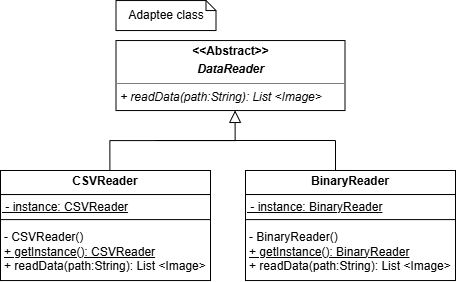
This is img/reader_singleton.drawio.png from ZainabMobin/SDA_patterns_Mnist_neuralNetwork, a draw.io export, as it was before one commit. Source tidied: cells renumbered, new cells last; positions are measured from the earlier drawing's top-left corner, leaving out a move shared by most shapes. Source of this version:
```xml
<mxGraphModel>
  <root>
    <mxCell id="0" />
    <mxCell id="1" parent="0" />
    <mxCell id="2" style="edgeStyle=orthogonalEdgeStyle;rounded=0;jettySize=auto;html=1;fontSize=12;startSize=8;endSize=8;entryX=0.5;entryY=0;entryDx=0;entryDy=0;endArrow=none;endFill=0;" parent="1" edge="1" target="12">
      <mxGeometry relative="1" as="geometry">
        <mxPoint x="155" y="140" as="sourcePoint" />
        <Array as="points">
          <mxPoint x="335" y="140" />
        </Array>
      </mxGeometry>
    </mxCell>
    <mxCell id="3" style="edgeStyle=orthogonalEdgeStyle;rounded=0;jettySize=auto;html=1;fontSize=12;startSize=8;endSize=10;endArrow=block;endFill=0;entryX=0.52;entryY=0.998;entryDx=0;entryDy=0;exitX=0.521;exitY=0.027;exitDx=0;exitDy=0;entryPerimeter=0;exitPerimeter=0;" parent="1" edge="1" source="8" target="4">
      <mxGeometry relative="1" as="geometry" />
    </mxCell>
    <mxCell id="4" value="&lt;p style=&quot;margin:0px;margin-top:4px;text-align:center;&quot;&gt;&lt;b&gt;&amp;lt;&amp;lt;Abstract&amp;gt;&amp;gt;&lt;/b&gt;&lt;/p&gt;&lt;p style=&quot;margin:0px;margin-top:4px;text-align:center;&quot;&gt;&lt;b&gt;&lt;i&gt;DataReader&lt;/i&gt;&lt;/b&gt;&lt;/p&gt;&lt;hr size=&quot;1&quot; style=&quot;border-style:solid;&quot;&gt;&lt;p style=&quot;margin:0px;margin-left:4px;&quot;&gt;&lt;i style=&quot;background-color: transparent; color: light-dark(rgb(0, 0, 0), rgb(255, 255, 255));&quot;&gt;+ readData(path:String): List &amp;lt;&lt;/i&gt;&lt;i style=&quot;background-color: transparent; color: light-dark(rgb(0, 0, 0), rgb(255, 255, 255));&quot;&gt;Image&amp;gt;&amp;nbsp;&lt;/i&gt;&lt;/p&gt;" style="verticalAlign=top;align=left;overflow=fill;html=1;whiteSpace=wrap;" parent="1" vertex="1">
      <mxGeometry x="115.5" y="40.1" width="229" height="70" as="geometry" />
    </mxCell>
    <mxCell id="5" value="Adaptee class" style="shape=note;size=10;whiteSpace=wrap;html=1;" parent="1" vertex="1">
      <mxGeometry x="115.5" y="0.1" width="100" height="30" as="geometry" />
    </mxCell>
    <mxCell id="6" style="group;" parent="1" vertex="1">
      <mxGeometry y="170" width="210" height="110" as="geometry" />
    </mxCell>
    <mxCell id="7" style="group;" parent="6" vertex="1">
      <mxGeometry width="210" height="110" as="geometry" />
    </mxCell>
    <mxCell id="8" value="&lt;p style=&quot;margin:0px;margin-top:4px;text-align:center;&quot;&gt;&lt;b&gt;CSVReader&lt;/b&gt;&lt;/p&gt;&lt;hr size=&quot;1&quot; style=&quot;border-style:solid;&quot;&gt;&lt;p style=&quot;margin:0px;margin-left:4px;&quot;&gt;&lt;/p&gt;&lt;p style=&quot;margin:0px;margin-left:4px;&quot;&gt;&lt;br&gt;&lt;/p&gt;&lt;p style=&quot;margin:0px;margin-left:4px;&quot;&gt;&lt;br&gt;&lt;/p&gt;&lt;p style=&quot;margin:0px;margin-left:4px;&quot;&gt;&lt;span style=&quot;background-color: transparent; color: light-dark(rgb(0, 0, 0), rgb(255, 255, 255));&quot;&gt;- CSVReader()&lt;/span&gt;&lt;/p&gt;&lt;p style=&quot;margin:0px;margin-left:4px;&quot;&gt;&lt;u&gt;+ getInstance(): CSVReader&lt;/u&gt;&amp;nbsp;&lt;/p&gt;&lt;p style=&quot;margin:0px;margin-left:4px;&quot;&gt;+ readData(path:String): List &amp;lt;&lt;span style=&quot;color: light-dark(rgb(0, 0, 0), rgb(255, 255, 255)); background-color: transparent;&quot;&gt;Image&amp;gt;&lt;/span&gt;&lt;/p&gt;" style="verticalAlign=top;align=left;overflow=fill;html=1;whiteSpace=wrap;" parent="7" vertex="1">
      <mxGeometry width="210" height="110" as="geometry" />
    </mxCell>
    <mxCell id="9" value="&lt;u style=&quot;line-height: 80%;&quot;&gt;&amp;nbsp;- instance: CSVReader&lt;/u&gt;" style="text;html=1;whiteSpace=wrap;strokeColor=default;fillColor=none;align=left;verticalAlign=middle;rounded=0;" parent="7" vertex="1">
      <mxGeometry y="24.1" width="210" height="25.1" as="geometry" />
    </mxCell>
    <mxCell id="10" style="group;" parent="1" vertex="1">
      <mxGeometry x="245" y="170" width="210" height="110.1" as="geometry" />
    </mxCell>
    <mxCell id="11" style="group;" parent="10" vertex="1">
      <mxGeometry width="210" height="110" as="geometry" />
    </mxCell>
    <mxCell id="12" value="&lt;p style=&quot;margin:0px;margin-top:4px;text-align:center;&quot;&gt;&lt;b&gt;BinaryReader&lt;/b&gt;&lt;/p&gt;&lt;hr size=&quot;1&quot; style=&quot;border-style:solid;&quot;&gt;&lt;p style=&quot;margin:0px;margin-left:4px;&quot;&gt;&lt;/p&gt;&lt;p style=&quot;margin:0px;margin-left:4px;&quot;&gt;&lt;br&gt;&lt;/p&gt;&lt;p style=&quot;margin:0px;margin-left:4px;&quot;&gt;&lt;br&gt;&lt;/p&gt;&lt;p style=&quot;margin:0px;margin-left:4px;&quot;&gt;&lt;span style=&quot;background-color: transparent; color: light-dark(rgb(0, 0, 0), rgb(255, 255, 255));&quot;&gt;- BinaryReader()&lt;/span&gt;&lt;/p&gt;&lt;p style=&quot;margin:0px;margin-left:4px;&quot;&gt;&lt;u&gt;+ getInstance(): BinaryReader&lt;/u&gt;&amp;nbsp;&lt;/p&gt;&lt;p style=&quot;margin:0px;margin-left:4px;&quot;&gt;+ readData(path:String): List &amp;lt;&lt;span style=&quot;color: light-dark(rgb(0, 0, 0), rgb(255, 255, 255)); background-color: transparent;&quot;&gt;Image&amp;gt;&lt;/span&gt;&lt;/p&gt;" style="verticalAlign=top;align=left;overflow=fill;html=1;whiteSpace=wrap;" parent="11" vertex="1">
      <mxGeometry width="210" height="110" as="geometry" />
    </mxCell>
    <mxCell id="13" value="&lt;u style=&quot;line-height: 80%;&quot;&gt;&amp;nbsp;- instance: BinaryReader&lt;/u&gt;" style="text;html=1;whiteSpace=wrap;strokeColor=default;fillColor=none;align=left;verticalAlign=middle;rounded=0;" parent="11" vertex="1">
      <mxGeometry y="24.1" width="210" height="25.1" as="geometry" />
    </mxCell>
  </root>
</mxGraphModel>
```
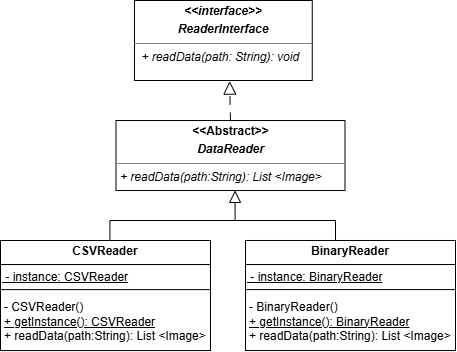
After the commit.

Commit message:
Update singleton image, Update README add AdapterFactory pattern

The edit, as a diff of the source:
```diff
@@ -4,26 +4,33 @@
     <mxCell id="1" parent="0" />
     <mxCell id="2" style="edgeStyle=orthogonalEdgeStyle;rounded=0;jettySize=auto;html=1;fontSize=12;startSize=8;endSize=8;entryX=0.5;entryY=0;entryDx=0;entryDy=0;endArrow=none;endFill=0;" parent="1" edge="1" target="12">
       <mxGeometry relative="1" as="geometry">
-        <mxPoint x="155" y="140" as="sourcePoint" />
+        <mxPoint x="-595" y="290" as="sourcePoint" />
         <Array as="points">
-          <mxPoint x="335" y="140" />
+          <mxPoint x="-610" y="290" />
+          <mxPoint x="-430" y="290" />
+          <mxPoint x="-430" y="310" />
         </Array>
       </mxGeometry>
     </mxCell>
-    <mxCell id="3" style="edgeStyle=orthogonalEdgeStyle;rounded=0;jettySize=auto;html=1;fontSize=12;startSize=8;endSize=10;endArrow=block;endFill=0;entryX=0.52;entryY=0.998;entryDx=0;entryDy=0;exitX=0.521;exitY=0.027;exitDx=0;exitDy=0;entryPerimeter=0;exitPerimeter=0;" parent="1" edge="1" source="8" target="4">
-      <mxGeometry relative="1" as="geometry" />
+    <mxCell id="3" style="edgeStyle=orthogonalEdgeStyle;rounded=0;jettySize=auto;html=1;fontSize=12;startSize=8;endSize=10;endArrow=block;endFill=0;entryX=0.52;entryY=0.998;entryDx=0;entryDy=0;exitX=0.521;exitY=0.027;exitDx=0;exitDy=0;entryPerimeter=0;exitPerimeter=0;" parent="1" edge="1" source="8" target="5">
+      <mxGeometry relative="1" as="geometry">
+        <Array as="points">
+          <mxPoint x="-656" y="290" />
+          <mxPoint x="-530" y="290" />
+        </Array>
+      </mxGeometry>
     </mxCell>
-    <mxCell id="4" value="&lt;p style=&quot;margin:0px;margin-top:4px;text-align:center;&quot;&gt;&lt;b&gt;&amp;lt;&amp;lt;Abstract&amp;gt;&amp;gt;&lt;/b&gt;&lt;/p&gt;&lt;p style=&quot;margin:0px;margin-top:4px;text-align:center;&quot;&gt;&lt;b&gt;&lt;i&gt;DataReader&lt;/i&gt;&lt;/b&gt;&lt;/p&gt;&lt;hr size=&quot;1&quot; style=&quot;border-style:solid;&quot;&gt;&lt;p style=&quot;margin:0px;margin-left:4px;&quot;&gt;&lt;i style=&quot;background-color: transparent; color: light-dark(rgb(0, 0, 0), rgb(255, 255, 255));&quot;&gt;+ readData(path:String): List &amp;lt;&lt;/i&gt;&lt;i style=&quot;background-color: transparent; color: light-dark(rgb(0, 0, 0), rgb(255, 255, 255));&quot;&gt;Image&amp;gt;&amp;nbsp;&lt;/i&gt;&lt;/p&gt;" style="verticalAlign=top;align=left;overflow=fill;html=1;whiteSpace=wrap;" parent="1" vertex="1">
-      <mxGeometry x="115.5" y="40.1" width="229" height="70" as="geometry" />
+    <mxCell id="4" value="&lt;p style=&quot;margin:0px;margin-top:4px;text-align:center;&quot;&gt;&lt;b&gt;&lt;i&gt;&amp;lt;&amp;lt;interface&amp;gt;&amp;gt;&lt;/i&gt;&lt;/b&gt;&lt;/p&gt;&lt;p style=&quot;margin:0px;margin-top:4px;text-align:center;&quot;&gt;&lt;b&gt;&lt;i&gt;ReaderInterface&lt;/i&gt;&lt;/b&gt;&lt;/p&gt;&lt;hr size=&quot;1&quot; style=&quot;border-style:solid;&quot;&gt;&lt;p style=&quot;margin:0px;margin-left:4px;&quot;&gt;&lt;i&gt;&amp;nbsp;+ readData(path: String): void&lt;/i&gt;&lt;/p&gt;" style="verticalAlign=top;align=left;overflow=fill;html=1;whiteSpace=wrap;" parent="1" vertex="1">
+      <mxGeometry x="-631" y="70" width="177.8" height="80" as="geometry" />
     </mxCell>
-    <mxCell id="5" value="Adaptee class" style="shape=note;size=10;whiteSpace=wrap;html=1;" parent="1" vertex="1">
-      <mxGeometry x="115.5" y="0.1" width="100" height="30" as="geometry" />
+    <mxCell id="5" value="&lt;p style=&quot;margin:0px;margin-top:4px;text-align:center;&quot;&gt;&lt;b&gt;&amp;lt;&amp;lt;Abstract&amp;gt;&amp;gt;&lt;/b&gt;&lt;/p&gt;&lt;p style=&quot;margin:0px;margin-top:4px;text-align:center;&quot;&gt;&lt;b&gt;&lt;i&gt;DataReader&lt;/i&gt;&lt;/b&gt;&lt;/p&gt;&lt;hr size=&quot;1&quot; style=&quot;border-style:solid;&quot;&gt;&lt;p style=&quot;margin:0px;margin-left:4px;&quot;&gt;&lt;i style=&quot;background-color: transparent; color: light-dark(rgb(0, 0, 0), rgb(255, 255, 255));&quot;&gt;+ readData(path:String): List &amp;lt;&lt;/i&gt;&lt;i style=&quot;background-color: transparent; color: light-dark(rgb(0, 0, 0), rgb(255, 255, 255));&quot;&gt;Image&amp;gt;&amp;nbsp;&lt;/i&gt;&lt;/p&gt;" style="verticalAlign=top;align=left;overflow=fill;html=1;whiteSpace=wrap;" parent="1" vertex="1">
+      <mxGeometry x="-649.5" y="190" width="229" height="70" as="geometry" />
     </mxCell>
-    <mxCell id="6" style="group;" parent="1" vertex="1">
-      <mxGeometry y="170" width="210" height="110" as="geometry" />
+    <mxCell id="6" style="edgeStyle=orthogonalEdgeStyle;rounded=0;jettySize=auto;html=1;entryX=0.535;entryY=1.008;entryDx=0;entryDy=0;entryPerimeter=0;endArrow=block;endFill=0;dashed=1;dashPattern=8 8;endSize=11;exitX=0.5;exitY=0;exitDx=0;exitDy=0;" parent="1" edge="1" source="5" target="4">
+      <mxGeometry relative="1" as="geometry" />
     </mxCell>
-    <mxCell id="7" style="group;" parent="6" vertex="1">
-      <mxGeometry width="210" height="110" as="geometry" />
+    <mxCell id="7" style="group;" parent="1" vertex="1">
+      <mxGeometry x="-765" y="310" width="210" height="110" as="geometry" />
     </mxCell>
     <mxCell id="8" value="&lt;p style=&quot;margin:0px;margin-top:4px;text-align:center;&quot;&gt;&lt;b&gt;CSVReader&lt;/b&gt;&lt;/p&gt;&lt;hr size=&quot;1&quot; style=&quot;border-style:solid;&quot;&gt;&lt;p style=&quot;margin:0px;margin-left:4px;&quot;&gt;&lt;/p&gt;&lt;p style=&quot;margin:0px;margin-left:4px;&quot;&gt;&lt;br&gt;&lt;/p&gt;&lt;p style=&quot;margin:0px;margin-left:4px;&quot;&gt;&lt;br&gt;&lt;/p&gt;&lt;p style=&quot;margin:0px;margin-left:4px;&quot;&gt;&lt;span style=&quot;background-color: transparent; color: light-dark(rgb(0, 0, 0), rgb(255, 255, 255));&quot;&gt;- CSVReader()&lt;/span&gt;&lt;/p&gt;&lt;p style=&quot;margin:0px;margin-left:4px;&quot;&gt;&lt;u&gt;+ getInstance(): CSVReader&lt;/u&gt;&amp;nbsp;&lt;/p&gt;&lt;p style=&quot;margin:0px;margin-left:4px;&quot;&gt;+ readData(path:String): List &amp;lt;&lt;span style=&quot;color: light-dark(rgb(0, 0, 0), rgb(255, 255, 255)); background-color: transparent;&quot;&gt;Image&amp;gt;&lt;/span&gt;&lt;/p&gt;" style="verticalAlign=top;align=left;overflow=fill;html=1;whiteSpace=wrap;" parent="7" vertex="1">
       <mxGeometry width="210" height="110" as="geometry" />
@@ -32,7 +39,7 @@
       <mxGeometry y="24.1" width="210" height="25.1" as="geometry" />
     </mxCell>
     <mxCell id="10" style="group;" parent="1" vertex="1">
-      <mxGeometry x="245" y="170" width="210" height="110.1" as="geometry" />
+      <mxGeometry x="-520" y="310" width="210" height="110.1" as="geometry" />
     </mxCell>
     <mxCell id="11" style="group;" parent="10" vertex="1">
       <mxGeometry width="210" height="110" as="geometry" />
```
